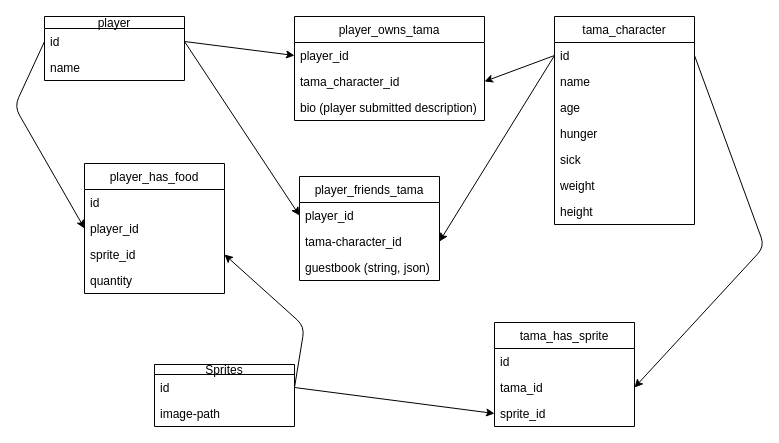
Before: project-management/diagrams/erd.drawio in circuitsunfish/tamagotchi, a draw.io diagram. Source tidied: cells renumbered, new cells numbered last; positions are measured from the earlier drawing's top-left corner, leaving out a move shared by most shapes. Both pictures are drawn from the tidied source at 100%, with x=0, y=0 at pixel (14, 16).
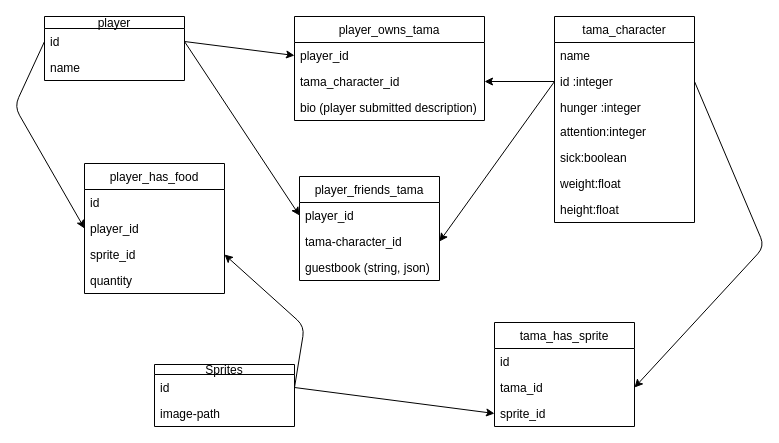
The same page after the edit.

Commit message (it also covers changes not shown here):
start typing data in diagram, add attention stat

Change to the diagram source:
```diff
@@
     <mxCell id="2" value="tama_character" style="swimlane;fontStyle=0;horizontal=1;startSize=26;fillColor=none;" parent="1" vertex="1">
-      <mxGeometry x="540" width="140" height="208" as="geometry" />
+      <mxGeometry x="540" width="140" height="206" as="geometry" />
     </mxCell>
+    <mxCell id="4" value="name" style="text;strokeColor=none;fillColor=none;align=left;verticalAlign=top;spacingLeft=4;spacingRight=4;overflow=hidden;" parent="2" vertex="1">
+      <mxGeometry y="26" width="140" height="26" as="geometry" />
+    </mxCell>
-    <mxCell id="3" value="id" style="text;strokeColor=none;fillColor=none;align=left;verticalAlign=top;spacingLeft=4;spacingRight=4;overflow=hidden;points=[[0,0.5],[1,0.5]];portConstraint=eastwest;" parent="2" vertex="1">
-      <mxGeometry y="26" width="140" height="26" as="geometry" />
+    <mxCell id="3" value="id :integer  " style="text;strokeColor=none;fillColor=none;align=left;verticalAlign=top;spacingLeft=4;spacingRight=4;overflow=hidden;points=[[0,0.5],[1,0.5]];portConstraint=eastwest;" parent="2" vertex="1">
+      <mxGeometry y="52" width="140" height="26" as="geometry" />
     </mxCell>
-    <mxCell id="4" value="name" style="text;strokeColor=none;fillColor=none;align=left;verticalAlign=top;spacingLeft=4;spacingRight=4;overflow=hidden;" parent="2" vertex="1">
-      <mxGeometry y="52" width="140" height="26" as="geometry" />
-    </mxCell>
-    <mxCell id="5" value="age" style="text;strokeColor=none;fillColor=none;align=left;verticalAlign=top;spacingLeft=4;spacingRight=4;overflow=hidden;" parent="2" vertex="1">
-      <mxGeometry y="78" width="140" height="26" as="geometry" />
-    </mxCell>
-    <mxCell id="6" value="hunger" style="text;strokeColor=none;fillColor=none;align=left;verticalAlign=top;spacingLeft=4;spacingRight=4;overflow=hidden;" parent="2" vertex="1">
-      <mxGeometry y="104" width="140" height="26" as="geometry" />
+    <mxCell id="6" value="hunger :integer" style="text;strokeColor=none;fillColor=none;align=left;verticalAlign=top;spacingLeft=4;spacingRight=4;overflow=hidden;" parent="2" vertex="1">
+      <mxGeometry y="78" width="140" height="24" as="geometry" />
     </mxCell>
+    <mxCell id="41" value="attention:integer" style="text;strokeColor=none;fillColor=none;align=left;verticalAlign=top;spacingLeft=4;spacingRight=4;overflow=hidden;" parent="2" vertex="1">
+      <mxGeometry y="102" width="140" height="26" as="geometry" />
+    </mxCell>
-    <mxCell id="7" value="sick" style="text;strokeColor=none;fillColor=none;align=left;verticalAlign=top;spacingLeft=4;spacingRight=4;overflow=hidden;" parent="2" vertex="1">
-      <mxGeometry y="130" width="140" height="26" as="geometry" />
+    <mxCell id="7" value="sick:boolean" style="text;strokeColor=none;fillColor=none;align=left;verticalAlign=top;spacingLeft=4;spacingRight=4;overflow=hidden;" parent="2" vertex="1">
+      <mxGeometry y="128" width="140" height="26" as="geometry" />
     </mxCell>
-    <mxCell id="8" value="weight" style="text;strokeColor=none;fillColor=none;align=left;verticalAlign=top;spacingLeft=4;spacingRight=4;overflow=hidden;" parent="2" vertex="1">
-      <mxGeometry y="156" width="140" height="26" as="geometry" />
+    <mxCell id="8" value="weight:float" style="text;strokeColor=none;fillColor=none;align=left;verticalAlign=top;spacingLeft=4;spacingRight=4;overflow=hidden;" parent="2" vertex="1">
+      <mxGeometry y="154" width="140" height="26" as="geometry" />
     </mxCell>
-    <mxCell id="9" value="height" style="text;strokeColor=none;fillColor=none;align=left;verticalAlign=top;spacingLeft=4;spacingRight=4;overflow=hidden;" parent="2" vertex="1">
-      <mxGeometry y="182" width="140" height="26" as="geometry" />
+    <mxCell id="9" value="height:float" style="text;strokeColor=none;fillColor=none;align=left;verticalAlign=top;spacingLeft=4;spacingRight=4;overflow=hidden;" parent="2" vertex="1">
+      <mxGeometry y="180" width="140" height="26" as="geometry" />
     </mxCell>
```
